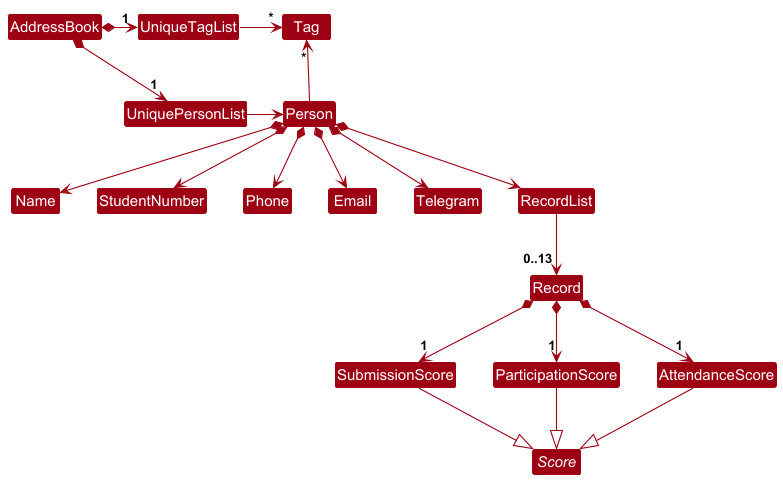
Before: docs/images/BetterModelClassDiagram.png, a diagram exported from PlantUML (kailermai/tp). Source of this version:
```plantuml
@startuml
!include style.puml
skinparam arrowThickness 1.1
skinparam arrowColor MODEL_COLOR
skinparam classBackgroundColor MODEL_COLOR

abstract class Score

AddressBook *-right-> "1" UniquePersonList
AddressBook *-right-> "1" UniqueTagList
UniqueTagList -[hidden]down- UniquePersonList
UniqueTagList -[hidden]down- UniquePersonList

UniqueTagList -right-> "*" Tag
UniquePersonList -right-> Person

Person -up-> "*" Tag

Person *--> Name
Person *--> StudentNumber
Person *--> Phone
Person *--> Email
Person *--> Telegram
Person *--> RecordList

Score <|-up- AttendanceScore
Score <|-up- ParticipationScore
Score <|-up- SubmissionScore
Record *--> "1" AttendanceScore
Record *--> "1" SubmissionScore
Record *--> "1" ParticipationScore

RecordList --> "0..13" Record
@enduml
```
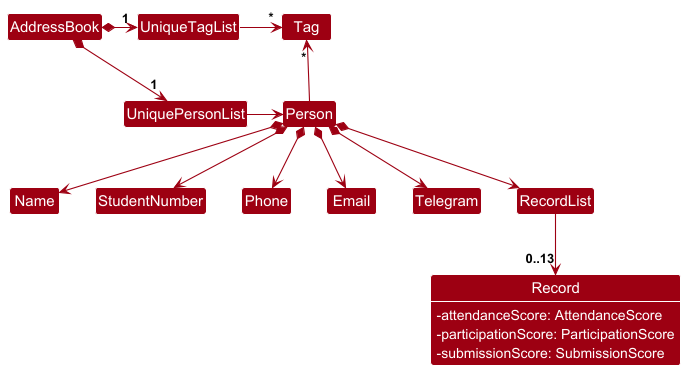
The same diagram one commit later.

The edit, as a diff of the source:
```diff
@@ -4,7 +4,13 @@
 skinparam arrowColor MODEL_COLOR
 skinparam classBackgroundColor MODEL_COLOR
 
-abstract class Score
+Class "Record" {
+    - attendanceScore: AttendanceScore
+    - participationScore: ParticipationScore
+    - submissionScore: SubmissionScore
+}
+
+show "Record" attributes
 
 AddressBook *-right-> "1" UniquePersonList
 AddressBook *-right-> "1" UniqueTagList
@@ -23,12 +29,5 @@
 Person *--> Telegram
 Person *--> RecordList
 
-Score <|-up- AttendanceScore
-Score <|-up- ParticipationScore
-Score <|-up- SubmissionScore
-Record *--> "1" AttendanceScore
-Record *--> "1" SubmissionScore
-Record *--> "1" ParticipationScore
-
-RecordList --> "0..13" Record
+RecordList --> "0..13" "Record"
 @enduml
```
